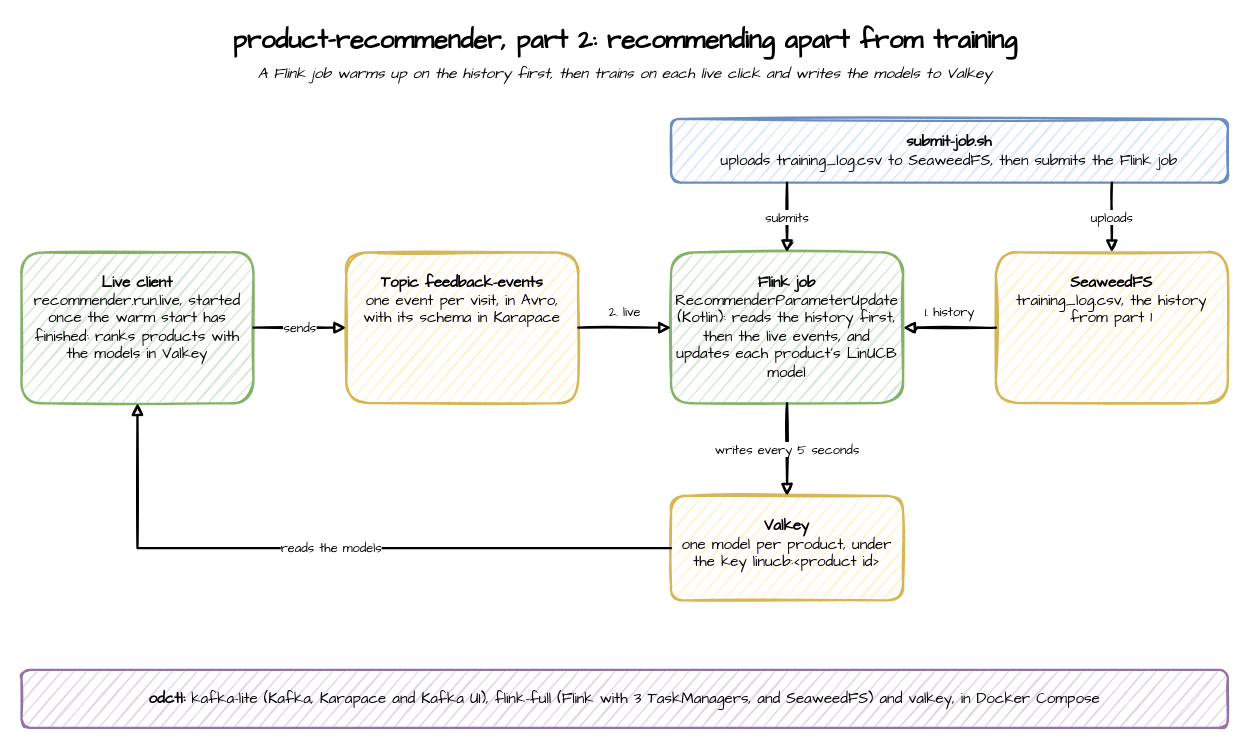
jaehyeon-kim/benchtop keeps this draw.io diagram as product-recommender/images/part-2.drawio. Above is the earlier version. Source tidied: cells renumbered, new cells numbered last; positions are measured from the earlier drawing's top-left corner, leaving out a move shared by most shapes. Both pictures are drawn from the tidied source at 116%, with x=0, y=0 at pixel (21, 20).
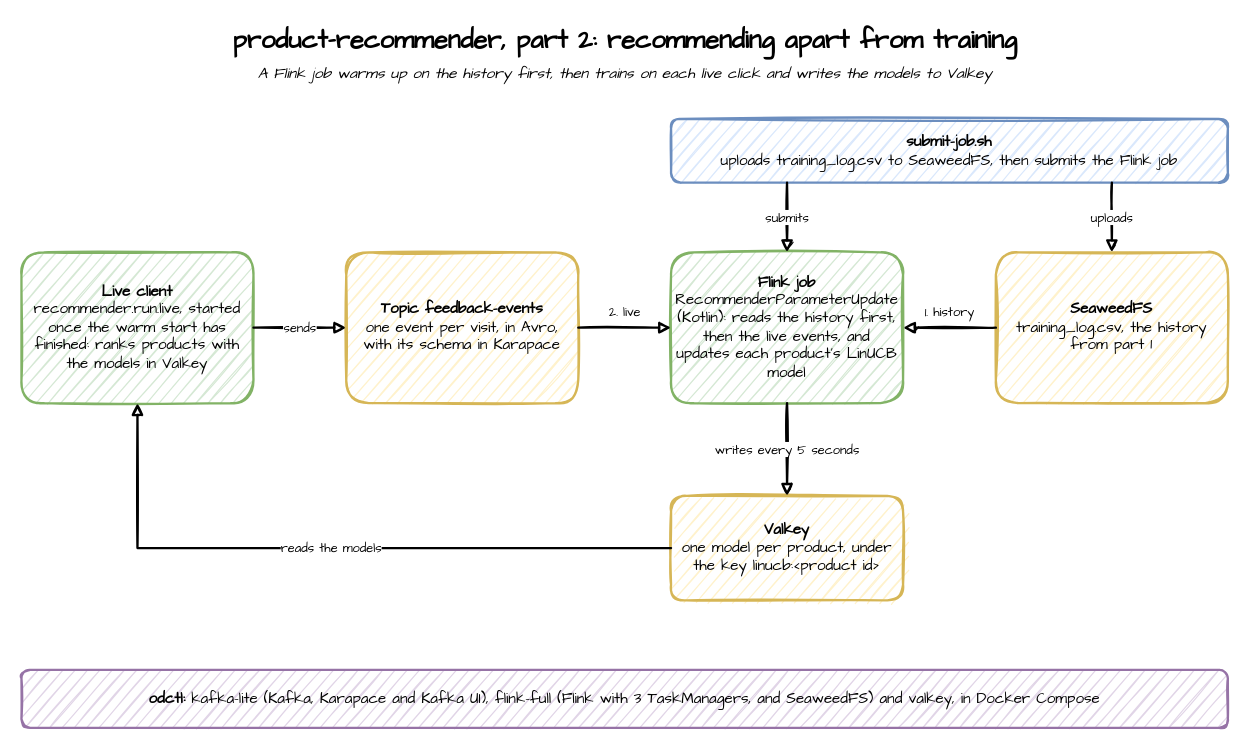
The same diagram, later.

Commit message (it also covers changes not shown here):
product-recommender: Part 1 and Part 2, ground truth, centred diagram text

The edit, as a diff of the source:
```diff
@@
 <mxGraphModel>
   <root>
     <mxCell id="0" />
     <mxCell id="1" parent="0" />
     <mxCell id="2" value="product-recommender, part 2: recommending apart from training" style="text;html=1;align=center;verticalAlign=middle;fontFamily=Comic Sans MS;fontSize=22;fontStyle=1;strokeColor=none;fillColor=none;" parent="1" vertex="1">
       <mxGeometry width="1040" height="36" as="geometry" />
     </mxCell>
     <mxCell id="3" value="A Flink job warms up on the history first, then trains on each live click and writes the models to Valkey" style="text;html=1;align=center;verticalAlign=middle;fontFamily=Comic Sans MS;fontSize=13;fontStyle=2;strokeColor=none;fillColor=none;" parent="1" vertex="1">
       <mxGeometry y="34" width="1040" height="24" as="geometry" />
     </mxCell>
     <mxCell id="4" value="&lt;b&gt;submit-job.sh&lt;/b&gt;&lt;br&gt;uploads training_log.csv to SeaweedFS, then submits the Flink job" style="sketch=1;fontFamily=Comic Sans MS;strokeWidth=2;html=1;rounded=1;whiteSpace=wrap;fontSize=13;fillColor=#dae8fc;strokeColor=#6c8ebf;" parent="1" vertex="1">
       <mxGeometry x="560" y="85" width="480" height="55" as="geometry" />
     </mxCell>
-    <mxCell id="5" value="&lt;b&gt;Live client&lt;/b&gt;&lt;br&gt;recommender.run.live, started once the warm start has finished: ranks products with the models in Valkey" style="sketch=1;fontFamily=Comic Sans MS;strokeWidth=2;html=1;rounded=1;whiteSpace=wrap;fontSize=13;fillColor=#d5e8d4;strokeColor=#82b366;verticalAlign=top;spacingTop=12;spacingLeft=8;spacingRight=8;" parent="1" vertex="1">
+    <mxCell id="5" value="&lt;b&gt;Live client&lt;/b&gt;&lt;br&gt;recommender.run.live, started once the warm start has finished: ranks products with the models in Valkey" style="sketch=1;fontFamily=Comic Sans MS;strokeWidth=2;html=1;rounded=1;whiteSpace=wrap;fontSize=13;fillColor=#d5e8d4;strokeColor=#82b366;verticalAlign=middle;spacingLeft=8;spacingRight=8;" parent="1" vertex="1">
       <mxGeometry y="200" width="200" height="130" as="geometry" />
     </mxCell>
-    <mxCell id="6" value="&lt;b&gt;Topic feedback-events&lt;/b&gt;&lt;br&gt;one event per visit, in Avro, with its schema in Karapace" style="sketch=1;fontFamily=Comic Sans MS;strokeWidth=2;html=1;rounded=1;whiteSpace=wrap;fontSize=13;fillColor=#fff2cc;strokeColor=#d6b656;verticalAlign=top;spacingTop=12;spacingLeft=8;spacingRight=8;" parent="1" vertex="1">
+    <mxCell id="6" value="&lt;b&gt;Topic feedback-events&lt;/b&gt;&lt;br&gt;one event per visit, in Avro, with its schema in Karapace" style="sketch=1;fontFamily=Comic Sans MS;strokeWidth=2;html=1;rounded=1;whiteSpace=wrap;fontSize=13;fillColor=#fff2cc;strokeColor=#d6b656;verticalAlign=middle;spacingLeft=8;spacingRight=8;" parent="1" vertex="1">
       <mxGeometry x="280" y="200" width="200" height="130" as="geometry" />
     </mxCell>
-    <mxCell id="7" value="&lt;b&gt;Flink job&lt;/b&gt;&lt;br&gt;RecommenderParameterUpdate (Kotlin): reads the history first, then the live events, and updates each product's LinUCB model" style="sketch=1;fontFamily=Comic Sans MS;strokeWidth=2;html=1;rounded=1;whiteSpace=wrap;fontSize=13;fillColor=#d5e8d4;strokeColor=#82b366;verticalAlign=top;spacingTop=12;spacingLeft=8;spacingRight=8;" parent="1" vertex="1">
+    <mxCell id="7" value="&lt;b&gt;Flink job&lt;/b&gt;&lt;br&gt;RecommenderParameterUpdate (Kotlin): reads the history first, then the live events, and updates each product's LinUCB model" style="sketch=1;fontFamily=Comic Sans MS;strokeWidth=2;html=1;rounded=1;whiteSpace=wrap;fontSize=13;fillColor=#d5e8d4;strokeColor=#82b366;verticalAlign=middle;spacingLeft=8;spacingRight=8;" parent="1" vertex="1">
       <mxGeometry x="560" y="200" width="200" height="130" as="geometry" />
     </mxCell>
-    <mxCell id="8" value="&lt;b&gt;SeaweedFS&lt;/b&gt;&lt;br&gt;training_log.csv, the history from part 1" style="sketch=1;fontFamily=Comic Sans MS;strokeWidth=2;html=1;rounded=1;whiteSpace=wrap;fontSize=13;fillColor=#fff2cc;strokeColor=#d6b656;verticalAlign=top;spacingTop=12;spacingLeft=8;spacingRight=8;" parent="1" vertex="1">
+    <mxCell id="8" value="&lt;b&gt;SeaweedFS&lt;/b&gt;&lt;br&gt;training_log.csv, the history from part 1" style="sketch=1;fontFamily=Comic Sans MS;strokeWidth=2;html=1;rounded=1;whiteSpace=wrap;fontSize=13;fillColor=#fff2cc;strokeColor=#d6b656;verticalAlign=middle;spacingLeft=8;spacingRight=8;" parent="1" vertex="1">
       <mxGeometry x="840" y="200" width="200" height="130" as="geometry" />
     </mxCell>
-    <mxCell id="9" value="&lt;b&gt;Valkey&lt;/b&gt;&lt;br&gt;one model per product, under the key linucb:&amp;lt;product id&amp;gt;" style="sketch=1;fontFamily=Comic Sans MS;strokeWidth=2;html=1;rounded=1;whiteSpace=wrap;fontSize=13;fillColor=#fff2cc;strokeColor=#d6b656;verticalAlign=top;spacingTop=12;spacingLeft=8;spacingRight=8;" parent="1" vertex="1">
+    <mxCell id="9" value="&lt;b&gt;Valkey&lt;/b&gt;&lt;br&gt;one model per product, under the key linucb:&amp;lt;product id&amp;gt;" style="sketch=1;fontFamily=Comic Sans MS;strokeWidth=2;html=1;rounded=1;whiteSpace=wrap;fontSize=13;fillColor=#fff2cc;strokeColor=#d6b656;verticalAlign=middle;spacingLeft=8;spacingRight=8;" parent="1" vertex="1">
       <mxGeometry x="560" y="410" width="200" height="90" as="geometry" />
     </mxCell>
     <mxCell id="10" value="&lt;b&gt;odctl:&lt;/b&gt; kafka-lite (Kafka, Karapace and Kafka UI), flink-full (Flink with 3 TaskManagers, and SeaweedFS) and valkey, in Docker Compose" style="sketch=1;fontFamily=Comic Sans MS;strokeWidth=2;html=1;rounded=1;whiteSpace=wrap;fontSize=13;fillColor=#e1d5e7;strokeColor=#9673a6;" parent="1" vertex="1">
       <mxGeometry y="560" width="1040" height="50" as="geometry" />
     </mxCell>
     <mxCell id="11" value="submits" style="sketch=1;fontFamily=Comic Sans MS;strokeWidth=2;html=1;edgeStyle=orthogonalEdgeStyle;rounded=0;endArrow=block;endFill=1;fontSize=11;labelBackgroundColor=#ffffff;exitX=0.2083;exitY=1;entryX=0.5;entryY=0;" parent="1" edge="1" source="4" target="7">
       <mxGeometry relative="1" as="geometry" />
     </mxCell>
     <mxCell id="12" value="uploads" style="sketch=1;fontFamily=Comic Sans MS;strokeWidth=2;html=1;edgeStyle=orthogonalEdgeStyle;rounded=0;endArrow=block;endFill=1;fontSize=11;labelBackgroundColor=#ffffff;exitX=0.7917;exitY=1;entryX=0.5;entryY=0;" parent="1" edge="1" source="4" target="8">
       <mxGeometry relative="1" as="geometry" />
     </mxCell>
     <mxCell id="13" value="sends" style="sketch=1;fontFamily=Comic Sans MS;strokeWidth=2;html=1;edgeStyle=orthogonalEdgeStyle;rounded=0;endArrow=block;endFill=1;fontSize=11;labelBackgroundColor=#ffffff;exitX=1;exitY=0.5;entryX=0;entryY=0.5;" parent="1" edge="1" source="5" target="6">
       <mxGeometry relative="1" as="geometry" />
     </mxCell>
     <mxCell id="14" value="2. live" style="sketch=1;fontFamily=Comic Sans MS;strokeWidth=2;html=1;edgeStyle=orthogonalEdgeStyle;rounded=0;endArrow=block;endFill=1;fontSize=11;labelBackgroundColor=#ffffff;exitX=1;exitY=0.5;entryX=0;entryY=0.5;" parent="1" edge="1" source="6" target="7">
       <mxGeometry relative="1" as="geometry">
         <mxPoint y="-14" as="offset" />
       </mxGeometry>
     </mxCell>
     <mxCell id="15" value="1. history" style="sketch=1;fontFamily=Comic Sans MS;strokeWidth=2;html=1;edgeStyle=orthogonalEdgeStyle;rounded=0;endArrow=block;endFill=1;fontSize=11;labelBackgroundColor=#ffffff;exitX=0;exitY=0.5;entryX=1;entryY=0.5;" parent="1" edge="1" source="8" target="7">
       <mxGeometry relative="1" as="geometry">
         <mxPoint y="-14" as="offset" />
       </mxGeometry>
     </mxCell>
     <mxCell id="16" value="writes every 5 seconds" style="sketch=1;fontFamily=Comic Sans MS;strokeWidth=2;html=1;edgeStyle=orthogonalEdgeStyle;rounded=0;endArrow=block;endFill=1;fontSize=11;labelBackgroundColor=#ffffff;exitX=0.5;exitY=1;entryX=0.5;entryY=0;" parent="1" edge="1" source="7" target="9">
       <mxGeometry relative="1" as="geometry" />
     </mxCell>
     <mxCell id="17" value="reads the models" style="sketch=1;fontFamily=Comic Sans MS;strokeWidth=2;html=1;edgeStyle=orthogonalEdgeStyle;rounded=0;endArrow=block;endFill=1;fontSize=11;labelBackgroundColor=#ffffff;exitX=0;exitY=0.5;entryX=0.5;entryY=1;" parent="1" edge="1" source="9" target="5">
       <mxGeometry relative="1" as="geometry" />
     </mxCell>
   </root>
 </mxGraphModel>
```
